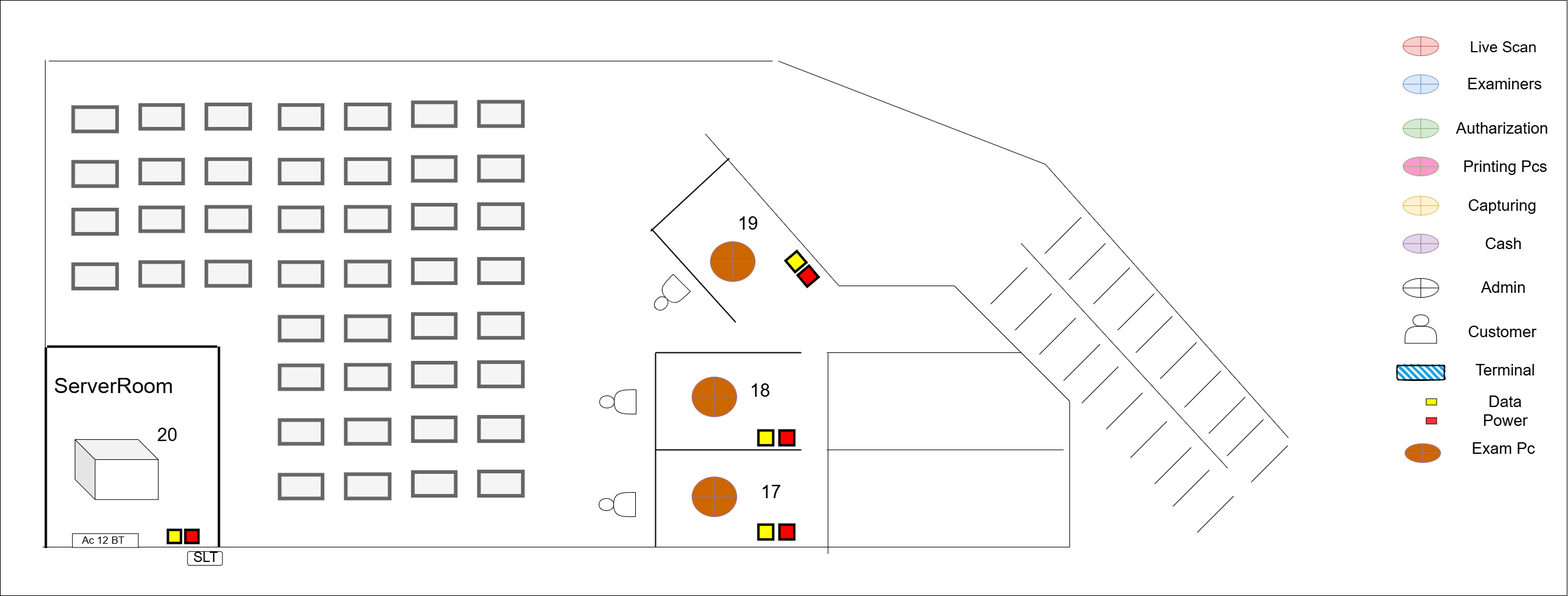
Above: kegall_1st floor.png in thushan-harshajeewa/dmt-diagrams (draw.io), before the change. Source tidied: cells renumbered, new cells last; positions are measured from the earlier drawing's top-left corner, leaving out a move shared by most shapes.
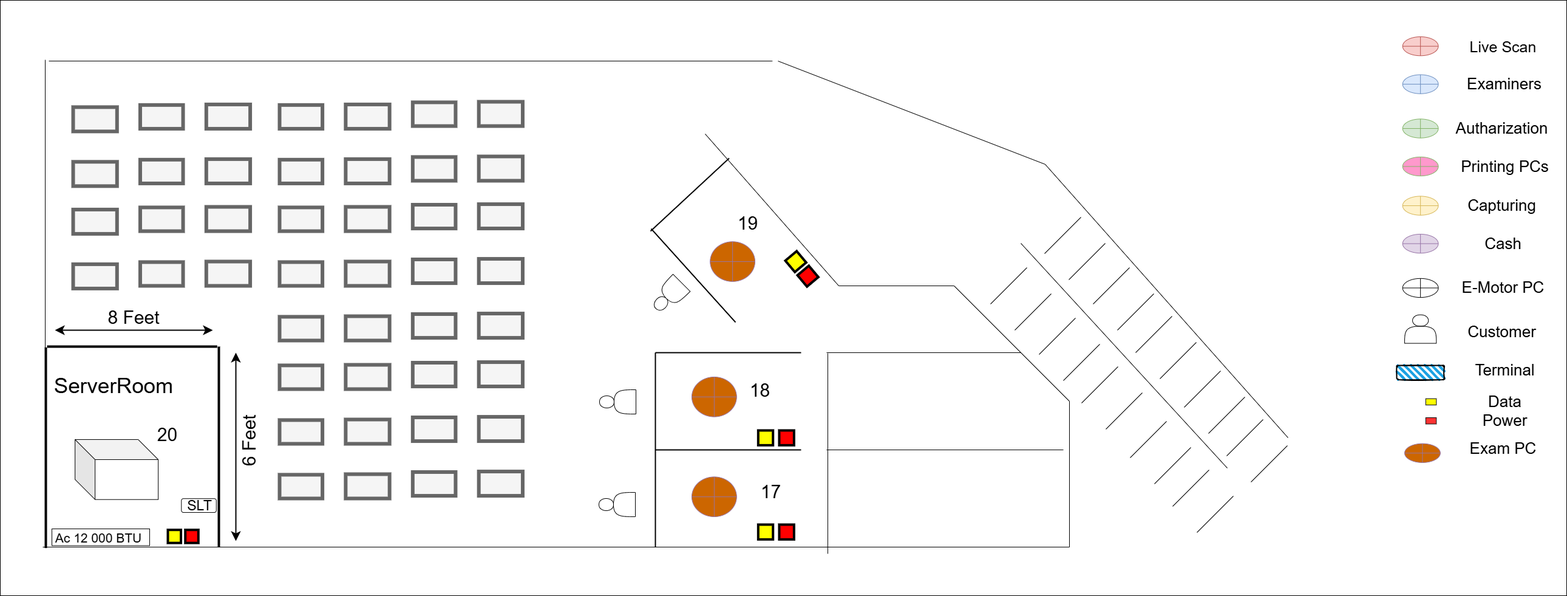
The same diagram one commit later.

Diff of the diagram source:
```diff
@@ -288,16 +288,16 @@
       <mxGeometry x="48.1" y="153" width="137" height="98.7" as="geometry" />
     </mxCell>
     <mxCell id="56" style="rounded=1;whiteSpace=wrap;html=1;" parent="50" vertex="1">
-      <mxGeometry x="233.3" y="337.2" width="57.4" height="22.8" as="geometry" />
+      <mxGeometry x="223.3" y="250.2" width="57.4" height="22.8" as="geometry" />
     </mxCell>
     <mxCell id="57" style="rounded=0;whiteSpace=wrap;html=1;direction=south;" parent="50" vertex="1">
-      <mxGeometry x="43.8" y="307.8" width="108.4" height="22.8" as="geometry" />
+      <mxGeometry x="10" y="300" width="161" height="27.6" as="geometry" />
     </mxCell>
-    <mxCell id="58" value="&lt;font style=&quot;font-size: 17px;&quot;&gt;Ac 12 BT&lt;/font&gt;" style="text;html=1;align=center;verticalAlign=middle;whiteSpace=wrap;rounded=0;rotation=0;strokeWidth=2;" parent="50" vertex="1">
-      <mxGeometry x="57.8" y="317.5" width="74.1" height="5.3" as="geometry" />
+    <mxCell id="58" value="&lt;font style=&quot;font-size: 21px;&quot;&gt;Ac 12 000 BTU&lt;/font&gt;" style="text;html=1;align=center;verticalAlign=middle;whiteSpace=wrap;rounded=0;rotation=0;strokeWidth=2;" parent="50" vertex="1">
+      <mxGeometry x="10" y="312.5" width="154" height="5.3" as="geometry" />
     </mxCell>
     <mxCell id="59" value="&lt;font style=&quot;font-size: 23px;&quot;&gt;SLT&lt;/font&gt;" style="text;html=1;align=center;verticalAlign=middle;whiteSpace=wrap;rounded=0;rotation=0;" parent="50" vertex="1">
-      <mxGeometry x="240.8" y="344.3" width="45.2" height="5.3" as="geometry" />
+      <mxGeometry x="230.8" y="259.3" width="45.2" height="5.3" as="geometry" />
     </mxCell>
     <mxCell id="60" style="rounded=0;whiteSpace=wrap;html=1;fillColor=#FFFF00;strokeWidth=4;" parent="50" vertex="1">
       <mxGeometry x="201" y="301.7" width="21.5" height="21.5" as="geometry" />
@@ -485,7 +485,7 @@
     <mxCell id="121" style="shape=orEllipse;perimeter=ellipsePerimeter;whiteSpace=wrap;html=1;backgroundOutline=1;" parent="110" vertex="1">
       <mxGeometry x="9.8" y="397.8" width="58.8" height="31.2" as="geometry" />
     </mxCell>
-    <mxCell id="122" value="&lt;font style=&quot;font-size: 26px;&quot;&gt;Admin&lt;/font&gt;" style="text;html=1;align=center;verticalAlign=middle;whiteSpace=wrap;rounded=0;" parent="110" vertex="1">
+    <mxCell id="122" value="&lt;span style=&quot;font-size: 26px;&quot;&gt;E-Motor PC&lt;/span&gt;" style="text;html=1;align=center;verticalAlign=middle;whiteSpace=wrap;rounded=0;" parent="110" vertex="1">
       <mxGeometry x="96.8" y="397.8" width="156.7" height="31.2" as="geometry" />
     </mxCell>
     <mxCell id="123" style="shape=actor;whiteSpace=wrap;html=1;" parent="110" vertex="1">
@@ -515,10 +515,10 @@
     <mxCell id="131" style="shape=orEllipse;perimeter=ellipsePerimeter;whiteSpace=wrap;html=1;backgroundOutline=1;fillColor=#CC6600;strokeColor=#9673a6;" parent="110" vertex="1">
       <mxGeometry x="13.1" y="669.7" width="58.8" height="31.2" as="geometry" />
     </mxCell>
-    <mxCell id="132" value="&lt;font style=&quot;font-size: 26px;&quot;&gt;Exam Pc&lt;/font&gt;&lt;div&gt;&lt;br&gt;&lt;/div&gt;" style="text;html=1;align=center;verticalAlign=middle;whiteSpace=wrap;rounded=0;" parent="110" vertex="1">
+    <mxCell id="132" value="&lt;font style=&quot;font-size: 26px;&quot;&gt;Exam PC&lt;/font&gt;&lt;div&gt;&lt;br&gt;&lt;/div&gt;" style="text;html=1;align=center;verticalAlign=middle;whiteSpace=wrap;rounded=0;" parent="110" vertex="1">
       <mxGeometry x="96.8" y="669.7" width="156.7" height="31.2" as="geometry" />
     </mxCell>
-    <mxCell id="133" value="&lt;font style=&quot;font-size: 26px;&quot;&gt;Printing Pcs&lt;/font&gt;" style="text;html=1;align=center;verticalAlign=middle;whiteSpace=wrap;rounded=0;" parent="110" vertex="1">
+    <mxCell id="133" value="&lt;font style=&quot;font-size: 26px;&quot;&gt;Printing PCs&lt;/font&gt;" style="text;html=1;align=center;verticalAlign=middle;whiteSpace=wrap;rounded=0;" parent="110" vertex="1">
       <mxGeometry x="100.3" y="197.9" width="156.7" height="31.2" as="geometry" />
     </mxCell>
     <mxCell id="134" style="shape=orEllipse;perimeter=ellipsePerimeter;whiteSpace=wrap;html=1;backgroundOutline=1;fillColor=#FF99CC;strokeColor=#82b366;" parent="110" vertex="1">
@@ -533,5 +533,23 @@
     <mxCell id="137" value="&lt;font style=&quot;font-size: 30px;&quot;&gt;17&lt;/font&gt;" style="text;html=1;align=center;verticalAlign=middle;whiteSpace=wrap;rounded=0;strokeWidth=4;" parent="1" vertex="1">
       <mxGeometry x="1248.4" y="802.3" width="43.1" height="13.2" as="geometry" />
     </mxCell>
+    <mxCell id="138" value="&lt;span style=&quot;font-size: 30px;&quot;&gt;8 Feet&lt;/span&gt;" style="text;html=1;align=center;verticalAlign=middle;whiteSpace=wrap;rounded=0;strokeWidth=4;" parent="1" vertex="1">
+      <mxGeometry x="163.4" y="515.6" width="114" height="13.2" as="geometry" />
+    </mxCell>
+    <mxCell id="139" value="&lt;span style=&quot;font-size: 30px;&quot;&gt;6 Feet&lt;/span&gt;" style="text;html=1;align=center;verticalAlign=middle;whiteSpace=wrap;rounded=0;strokeWidth=4;rotation=270;" parent="1" vertex="1">
+      <mxGeometry x="349.3" y="717.6" width="121.5" height="13.2" as="geometry" />
+    </mxCell>
+    <mxCell id="140" style="endArrow=classic;startArrow=classic;html=1;endSize=10;startSize=10;strokeWidth=2;" parent="1" edge="1">
+      <mxGeometry relative="1" as="geometry">
+        <mxPoint x="90" y="543" as="sourcePoint" />
+        <mxPoint x="350" y="543" as="targetPoint" />
+      </mxGeometry>
+    </mxCell>
+    <mxCell id="141" style="endArrow=classic;startArrow=classic;html=1;endSize=10;startSize=10;strokeWidth=2;" parent="1" edge="1">
+      <mxGeometry relative="1" as="geometry">
+        <mxPoint x="388" y="580" as="sourcePoint" />
+        <mxPoint x="388" y="890" as="targetPoint" />
+      </mxGeometry>
+    </mxCell>
   </root>
 </mxGraphModel>
```
